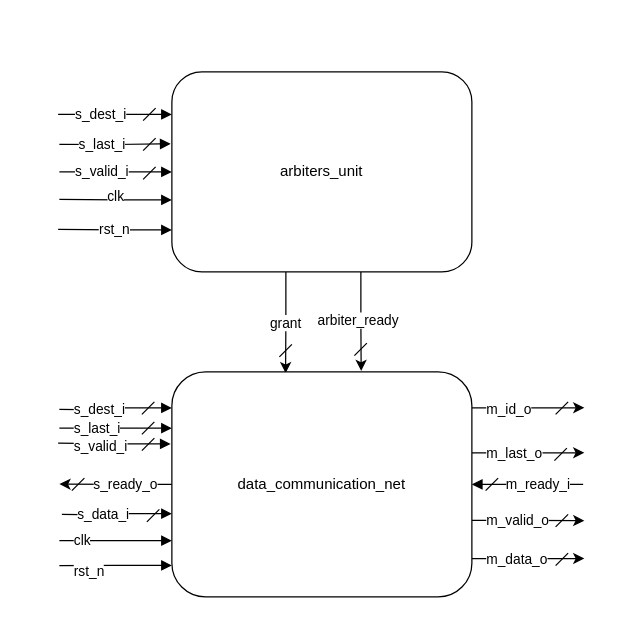
sorukohi/stream-crossbar keeps this draw.io diagram as docs/main_schema.drawio. Above is the earlier version. Source tidied: cells renumbered, new cells numbered last; positions are measured from the earlier drawing's top-left corner, leaving out a move shared by most shapes. Both pictures are drawn from the tidied source at 125%, with x=0, y=0 at pixel (58, 71).
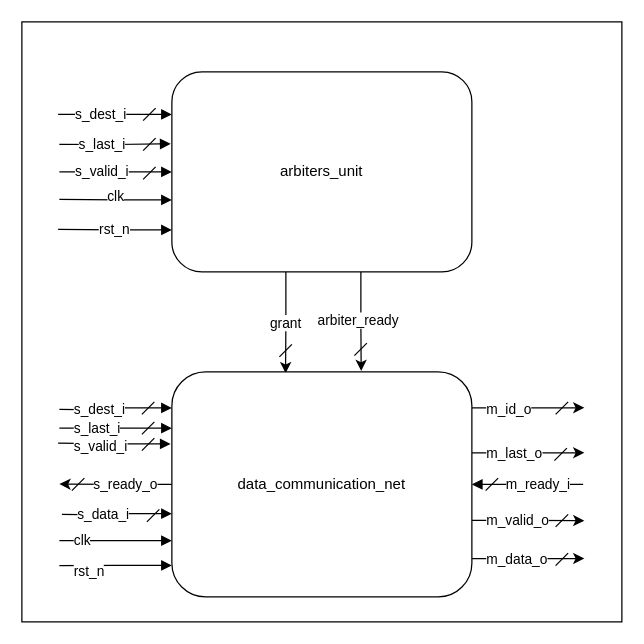
Above is the later version.

Diff of the diagram source:
```diff
@@
+    <mxCell id="38" style="rounded=0;whiteSpace=wrap;html=1;" parent="1" vertex="1">
+      <mxGeometry x="-29" y="-40" width="480" height="480" as="geometry" />
+    </mxCell>
```
